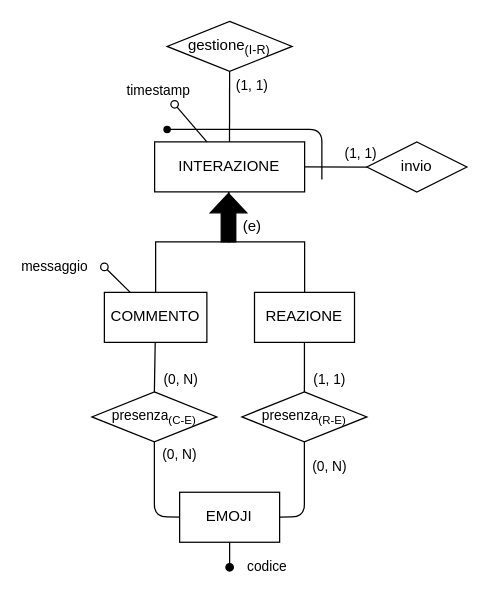
Mattron2000/Basi_di_dati keeps this draw.io diagram as Progetto Esame - DBSperimentazioni A.A. 2023-2024/Diagrammi/generalizzazioni/2.3.2.3_gen_3a_cor.drawio. Above is the earlier version. Source tidied: cells renumbered, new cells numbered last; positions are measured from the earlier drawing's top-left corner, leaving out a move shared by most shapes. Both pictures are drawn from the tidied source at 125%, with x=0, y=0 at pixel (91, 21).
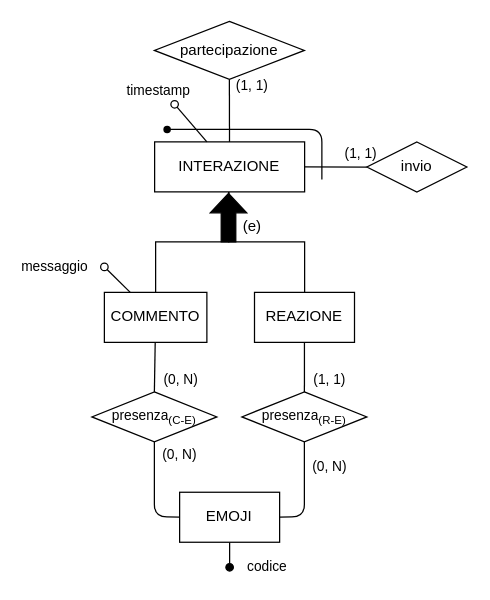
After the change.

Diff of the diagram source:
```diff
@@
-    <mxCell id="25" value="gestione&lt;sub&gt;(I-R)&lt;/sub&gt;" style="rhombus;whiteSpace=wrap;html=1;" parent="1" vertex="1">
-      <mxGeometry x="60.2" y="-0.4" width="100" height="40" as="geometry" />
+    <mxCell id="25" value="partecipazione" style="rhombus;whiteSpace=wrap;html=1;" parent="1" vertex="1">
+      <mxGeometry x="50" y="-0.4" width="120" height="46.4" as="geometry" />
     </mxCell>
```
